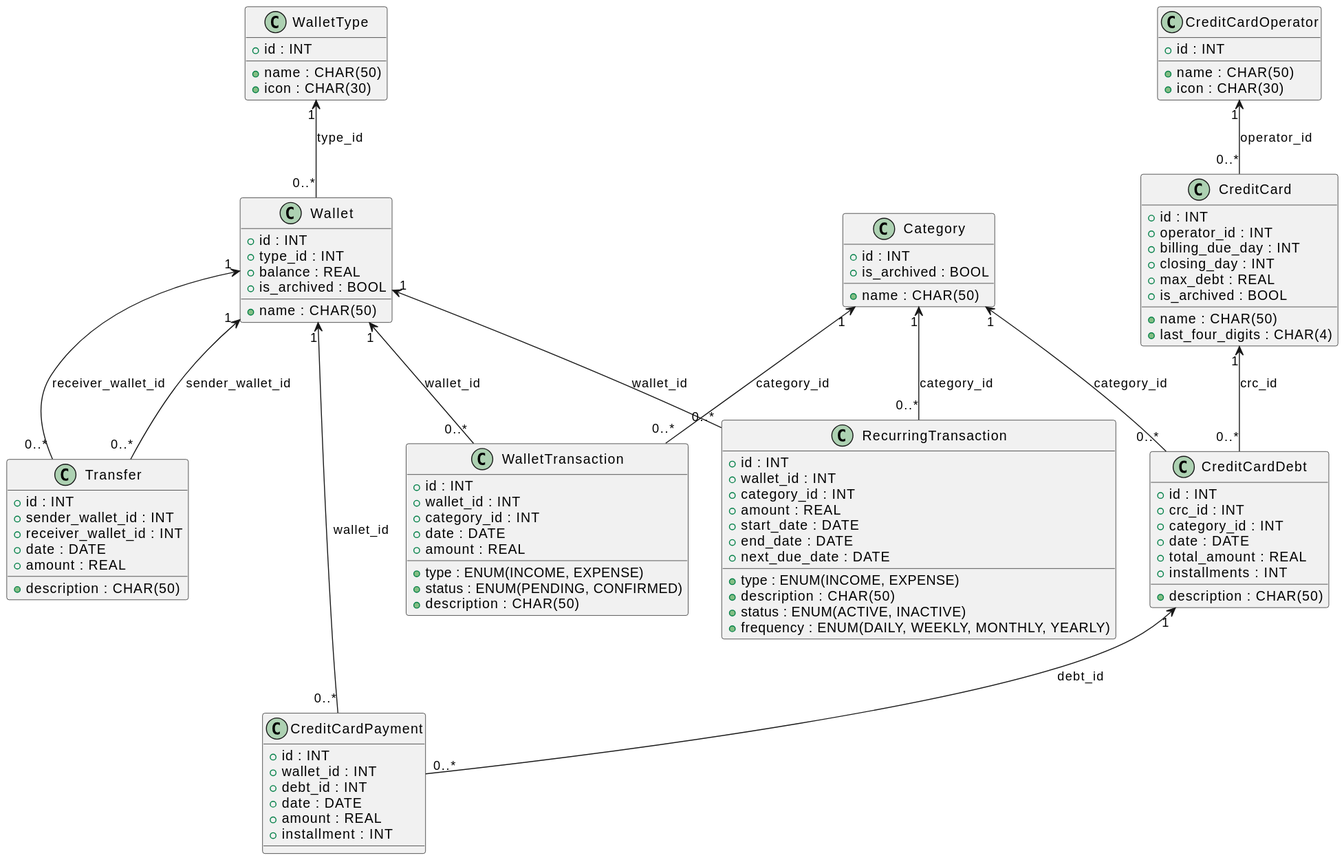
luk3rr/MY_MONEY keeps this PlantUML diagram as docs/diagram/class_diagram_model.svg. Above is the earlier version.
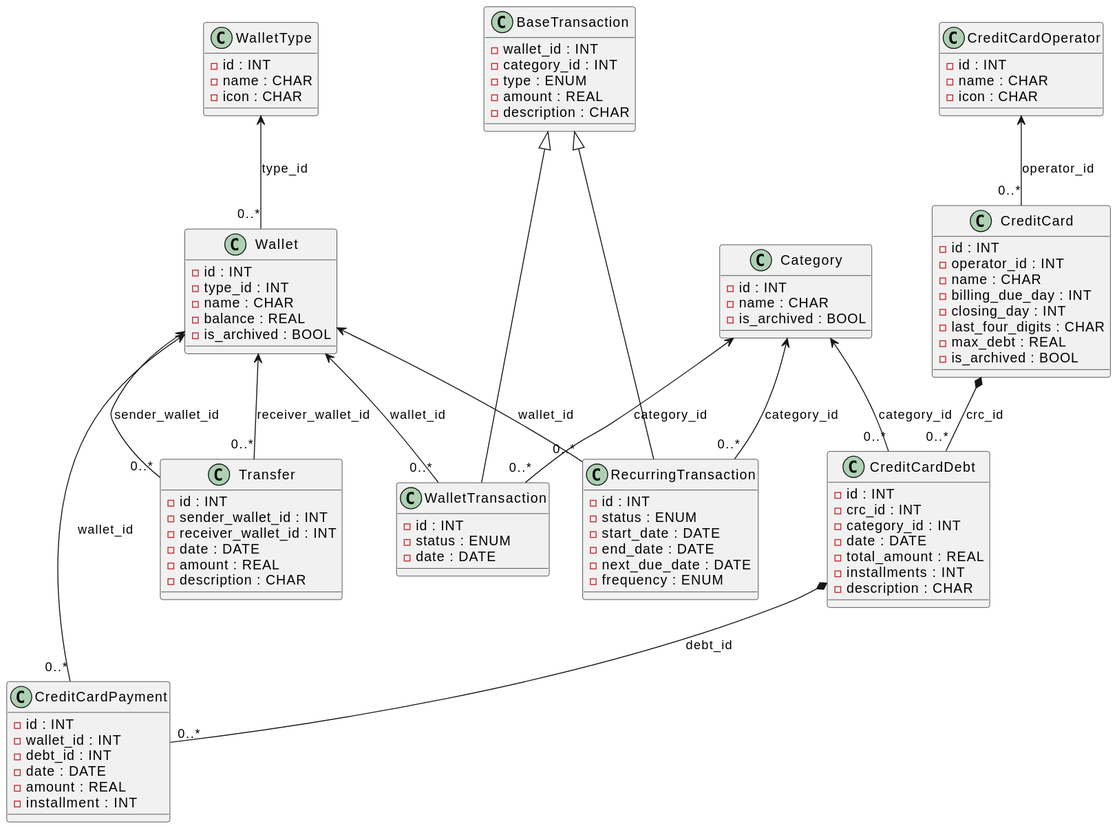
After the commit.

Diff of the diagram source:
```diff
@@ -1,106 +1,109 @@
 @startuml
 class WalletType {
-    +id : INT
-    +name : CHAR(50)
-    +icon : CHAR(30)
+    -id : INT
+    -name : CHAR
+    -icon : CHAR
 }
 
 class Wallet {
-    +id : INT
-    +type_id : INT
-    +name : CHAR(50)
-    +balance : REAL
-    +is_archived : BOOL
+    -id : INT
+    -type_id : INT
+    -name : CHAR
+    -balance : REAL
+    -is_archived : BOOL
+}
+
+class BaseTransaction {
+    -wallet_id : INT
+    -category_id : INT
+    -type : ENUM
+    -amount : REAL
+    -description : CHAR
+
 }
 
 class RecurringTransaction {
-    +id : INT
-    +wallet_id : INT
-    +category_id : INT
-    +type : ENUM(INCOME, EXPENSE)
-    +amount : REAL
-    +description : CHAR(50)
-    +status : ENUM(ACTIVE, INACTIVE)
-    +start_date : DATE
-    +end_date : DATE
-    +next_due_date : DATE
-    +frequency : ENUM(DAILY, WEEKLY, MONTHLY, YEARLY)
+    -id : INT
+    -status : ENUM
+    -start_date : DATE
+    -end_date : DATE
+    -next_due_date : DATE
+    -frequency : ENUM
 }
 
 class WalletTransaction {
-    +id : INT
-    +wallet_id : INT
-    +category_id : INT
-    +type : ENUM(INCOME, EXPENSE)
-    +status : ENUM(PENDING, CONFIRMED)
-    +date : DATE
-    +amount : REAL
-    +description : CHAR(50)
+    -id : INT
+    -status : ENUM
+    -date : DATE
 }
 
 class Transfer {
-    +id : INT
-    +sender_wallet_id : INT
-    +receiver_wallet_id : INT
-    +date : DATE
-    +amount : REAL
-    +description : CHAR(50)
+    -id : INT
+    -sender_wallet_id : INT
+    -receiver_wallet_id : INT
+    -date : DATE
+    -amount : REAL
+    -description : CHAR
 }
 
 class Category {
-    +id : INT
-    +name : CHAR(50)
-    +is_archived : BOOL
+    -id : INT
+    -name : CHAR
+    -is_archived : BOOL
 }
 
 class CreditCardOperator {
-    +id : INT
-    +name : CHAR(50)
-    +icon : CHAR(30)
+    -id : INT
+    -name : CHAR
+    -icon : CHAR
 }
 
 class CreditCard {
-    +id : INT
-    +operator_id : INT
-    +name : CHAR(50)
-    +billing_due_day : INT
-    +closing_day : INT
-    +last_four_digits : CHAR(4)
-    +max_debt : REAL
-    +is_archived : BOOL
+    -id : INT
+    -operator_id : INT
+    -name : CHAR
+    -billing_due_day : INT
+    -closing_day : INT
+    -last_four_digits : CHAR
+    -max_debt : REAL
+    -is_archived : BOOL
 }
 
 class CreditCardDebt {
-    +id : INT
-    +crc_id : INT
-    +category_id : INT
-    +date : DATE
-    +total_amount : REAL
-    +installments : INT
-    +description : CHAR(50)
+    -id : INT
+    -crc_id : INT
+    -category_id : INT
+    -date : DATE
+    -total_amount : REAL
+    -installments : INT
+    -description : CHAR
 }
 
 class CreditCardPayment {
-    +id : INT
-    +wallet_id : INT
-    +debt_id : INT
-    +date : DATE
-    +amount : REAL
-    +installment : INT
+    -id : INT
+    -wallet_id : INT
+    -debt_id : INT
+    -date : DATE
+    -amount : REAL
+    -installment : INT
 }
 
-WalletType "1" <-- "0..*" Wallet : type_id
-Wallet "1" <-- "0..*" RecurringTransaction : wallet_id
-Wallet "1" <-- "0..*" WalletTransaction : wallet_id
-Wallet "1" <-- "0..*" Transfer : sender_wallet_id
-Wallet "1" <-- "0..*" Transfer : receiver_wallet_id
-Wallet "1" <-- "0..*" CreditCardPayment : wallet_id
+WalletType <-- "0..*" Wallet : type_id
 
-Category "1" <-- "0..*" RecurringTransaction : category_id
-Category "1" <-- "0..*" WalletTransaction : category_id
-Category "1" <-- "0..*" CreditCardDebt : category_id
+BaseTransaction <|--- RecurringTransaction
+BaseTransaction <|--- WalletTransaction
 
-CreditCardOperator "1" <-- "0..*" CreditCard : operator_id
-CreditCard "1" <-- "0..*" CreditCardDebt : crc_id
-CreditCardDebt "1" <-- "0..*" CreditCardPayment : debt_id
+Wallet <-- "0..*" RecurringTransaction : wallet_id
+Wallet <-- "0..*" WalletTransaction : wallet_id
+Wallet <-- "0..*" Transfer : sender_wallet_id
+Wallet <-- "0..*" Transfer : receiver_wallet_id
+Wallet <-- "0..*" CreditCardPayment : wallet_id
+
+Category <-- "0..*" RecurringTransaction : category_id
+Category <-- "0..*" WalletTransaction : category_id
+Category <-- "0..*" CreditCardDebt : category_id
+
+CreditCardOperator <-- "0..*" CreditCard : operator_id
+CreditCard *-- "0..*" CreditCardDebt : crc_id
+CreditCardDebt *-- "0..*" CreditCardPayment : debt_id
 @enduml
```
